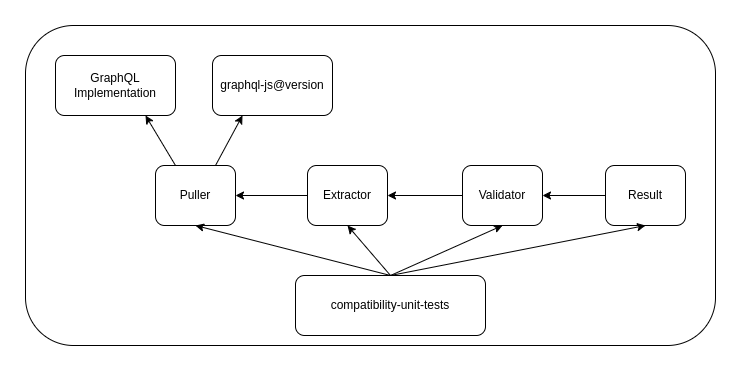
The draw.io diagram architecture/architecture.png in graphql-go/compatibility-unit-tests, before a commit. Source tidied: cells renumbered, new cells last; positions are measured from the earlier drawing's top-left corner, leaving out a move shared by most shapes. Source of this version:
```xml
<mxGraphModel>
  <root>
    <mxCell id="0" />
    <mxCell id="1" parent="0" />
    <mxCell id="2" style="rounded=1;whiteSpace=wrap;html=1;fillColor=none;" parent="1" vertex="1">
      <mxGeometry width="690" height="320" as="geometry" />
    </mxCell>
    <mxCell id="3" value="graphql-js@version" style="rounded=1;whiteSpace=wrap;html=1;" parent="1" vertex="1">
      <mxGeometry x="187" y="30" width="120" height="60" as="geometry" />
    </mxCell>
    <mxCell id="4" value="GraphQL Implementation" style="rounded=1;whiteSpace=wrap;html=1;" parent="1" vertex="1">
      <mxGeometry x="30" y="30" width="120" height="60" as="geometry" />
    </mxCell>
    <mxCell id="5" value="compatibility-unit-tests" style="rounded=1;whiteSpace=wrap;html=1;" parent="1" vertex="1">
      <mxGeometry x="270" y="250" width="190" height="60" as="geometry" />
    </mxCell>
    <mxCell id="6" style="endArrow=classic;html=1;rounded=0;entryX=0.25;entryY=1;entryDx=0;entryDy=0;exitX=0.75;exitY=0;exitDx=0;exitDy=0;" parent="1" edge="1" source="8" target="3">
      <mxGeometry relative="1" as="geometry" />
    </mxCell>
    <mxCell id="7" style="endArrow=classic;html=1;rounded=0;entryX=0.75;entryY=1;entryDx=0;entryDy=0;exitX=0.25;exitY=0;exitDx=0;exitDy=0;" parent="1" edge="1" source="8" target="4">
      <mxGeometry relative="1" as="geometry" />
    </mxCell>
    <mxCell id="8" value="Puller" style="rounded=1;whiteSpace=wrap;html=1;" parent="1" vertex="1">
      <mxGeometry x="130" y="140" width="80" height="60" as="geometry" />
    </mxCell>
    <mxCell id="9" value="Extractor" style="rounded=1;whiteSpace=wrap;html=1;" parent="1" vertex="1">
      <mxGeometry x="282" y="140" width="80" height="60" as="geometry" />
    </mxCell>
    <mxCell id="10" value="Validator" style="rounded=1;whiteSpace=wrap;html=1;" parent="1" vertex="1">
      <mxGeometry x="437" y="140" width="80" height="60" as="geometry" />
    </mxCell>
    <mxCell id="11" value="Result" style="rounded=1;whiteSpace=wrap;html=1;" parent="1" vertex="1">
      <mxGeometry x="580" y="140" width="80" height="60" as="geometry" />
    </mxCell>
    <mxCell id="12" style="endArrow=classic;html=1;rounded=0;entryX=1;entryY=0.5;entryDx=0;entryDy=0;exitX=0;exitY=0.5;exitDx=0;exitDy=0;" parent="1" edge="1" source="9" target="8">
      <mxGeometry relative="1" as="geometry" />
    </mxCell>
    <mxCell id="13" style="endArrow=classic;html=1;rounded=0;entryX=1;entryY=0.5;entryDx=0;entryDy=0;exitX=0;exitY=0.5;exitDx=0;exitDy=0;" parent="1" edge="1" source="10" target="9">
      <mxGeometry relative="1" as="geometry" />
    </mxCell>
    <mxCell id="14" style="endArrow=classic;html=1;rounded=0;entryX=1;entryY=0.5;entryDx=0;entryDy=0;exitX=0;exitY=0.5;exitDx=0;exitDy=0;" parent="1" edge="1" source="11" target="10">
      <mxGeometry relative="1" as="geometry" />
    </mxCell>
    <mxCell id="15" style="endArrow=classic;html=1;rounded=0;entryX=0.5;entryY=1;entryDx=0;entryDy=0;exitX=0.5;exitY=0;exitDx=0;exitDy=0;" parent="1" edge="1" source="5" target="8">
      <mxGeometry relative="1" as="geometry" />
    </mxCell>
    <mxCell id="16" style="endArrow=classic;html=1;rounded=0;entryX=0.5;entryY=1;entryDx=0;entryDy=0;exitX=0.5;exitY=0;exitDx=0;exitDy=0;" parent="1" edge="1" source="5" target="9">
      <mxGeometry relative="1" as="geometry" />
    </mxCell>
    <mxCell id="17" style="endArrow=classic;html=1;rounded=0;entryX=0.5;entryY=1;entryDx=0;entryDy=0;exitX=0.5;exitY=0;exitDx=0;exitDy=0;" parent="1" edge="1" source="5" target="10">
      <mxGeometry relative="1" as="geometry" />
    </mxCell>
    <mxCell id="18" style="endArrow=classic;html=1;rounded=0;entryX=0.5;entryY=1;entryDx=0;entryDy=0;exitX=0.5;exitY=0;exitDx=0;exitDy=0;" parent="1" edge="1" source="5" target="11">
      <mxGeometry relative="1" as="geometry" />
    </mxCell>
  </root>
</mxGraphModel>
```
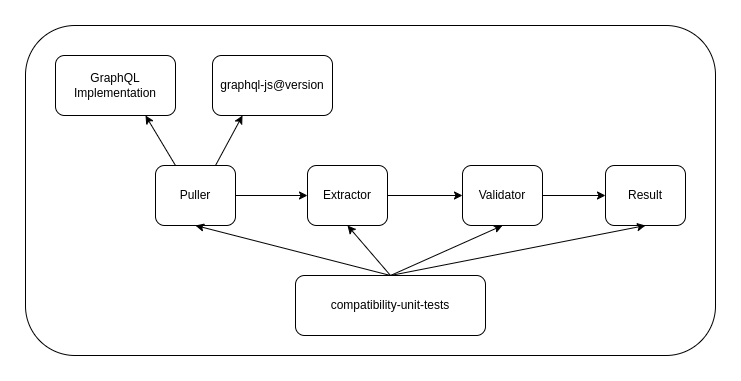
The same diagram one commit later.

Commit message:
architecture: updates architecture diagram to reflect correct dependency

Diff of the diagram source:
```diff
@@ -3,7 +3,7 @@
     <mxCell id="0" />
     <mxCell id="1" parent="0" />
     <mxCell id="2" style="rounded=1;whiteSpace=wrap;html=1;fillColor=none;" parent="1" vertex="1">
-      <mxGeometry width="690" height="320" as="geometry" />
+      <mxGeometry width="690" height="330" as="geometry" />
     </mxCell>
     <mxCell id="3" value="graphql-js@version" style="rounded=1;whiteSpace=wrap;html=1;" parent="1" vertex="1">
       <mxGeometry x="187" y="30" width="120" height="60" as="geometry" />
@@ -32,13 +32,13 @@
     <mxCell id="11" value="Result" style="rounded=1;whiteSpace=wrap;html=1;" parent="1" vertex="1">
       <mxGeometry x="580" y="140" width="80" height="60" as="geometry" />
     </mxCell>
-    <mxCell id="12" style="endArrow=classic;html=1;rounded=0;entryX=1;entryY=0.5;entryDx=0;entryDy=0;exitX=0;exitY=0.5;exitDx=0;exitDy=0;" parent="1" edge="1" source="9" target="8">
+    <mxCell id="12" style="endArrow=classic;html=1;rounded=0;entryX=0;entryY=0.5;entryDx=0;entryDy=0;exitX=1;exitY=0.5;exitDx=0;exitDy=0;" parent="1" edge="1" source="8" target="9">
       <mxGeometry relative="1" as="geometry" />
     </mxCell>
-    <mxCell id="13" style="endArrow=classic;html=1;rounded=0;entryX=1;entryY=0.5;entryDx=0;entryDy=0;exitX=0;exitY=0.5;exitDx=0;exitDy=0;" parent="1" edge="1" source="10" target="9">
+    <mxCell id="13" style="endArrow=classic;html=1;rounded=0;entryX=0;entryY=0.5;entryDx=0;entryDy=0;exitX=1;exitY=0.5;exitDx=0;exitDy=0;" parent="1" edge="1" source="9" target="10">
       <mxGeometry relative="1" as="geometry" />
     </mxCell>
-    <mxCell id="14" style="endArrow=classic;html=1;rounded=0;entryX=1;entryY=0.5;entryDx=0;entryDy=0;exitX=0;exitY=0.5;exitDx=0;exitDy=0;" parent="1" edge="1" source="11" target="10">
+    <mxCell id="14" style="endArrow=classic;html=1;rounded=0;entryX=0;entryY=0.5;entryDx=0;entryDy=0;exitX=1;exitY=0.5;exitDx=0;exitDy=0;" parent="1" edge="1" source="10" target="11">
       <mxGeometry relative="1" as="geometry" />
     </mxCell>
     <mxCell id="15" style="endArrow=classic;html=1;rounded=0;entryX=0.5;entryY=1;entryDx=0;entryDy=0;exitX=0.5;exitY=0;exitDx=0;exitDy=0;" parent="1" edge="1" source="5" target="8">
```
